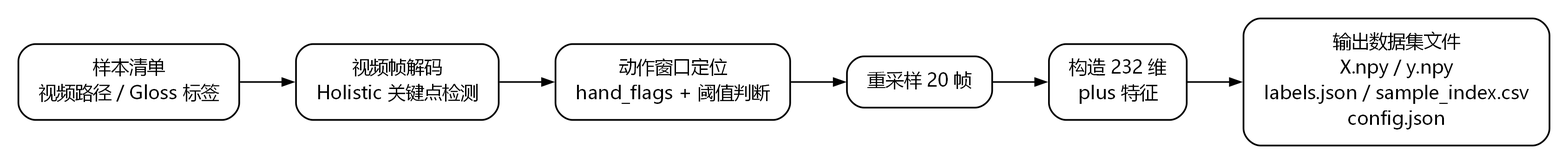
Above: figures/chapter06/sentence-feature-build-flow.png in maydayyezhen/thesis-latex (Graphviz), before the change. Its source is kept beside it as diagrams/chapter06/sentence-feature-build-flow.dot.
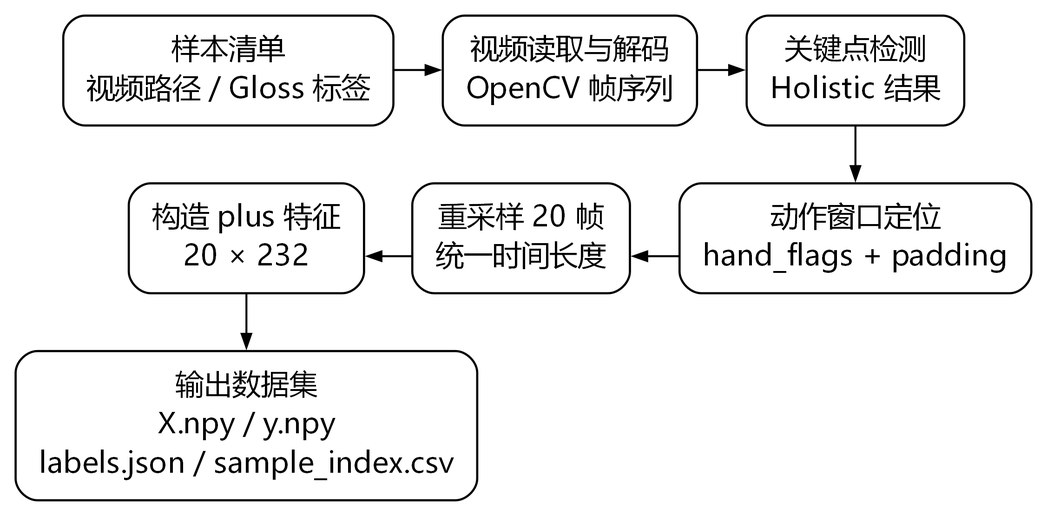
Later version of the same file.

Diff of the diagram source:
```diff
@@ -1,11 +1,11 @@
 digraph G {
   graph [
-    rankdir=LR,
+    rankdir=TB,
     splines=ortho,
-    nodesep=0.45,
-    ranksep=0.55,
-    pad=0.18,
-    dpi=220,
+    nodesep=0.38,
+    ranksep=0.45,
+    pad=0.12,
+    dpi=280,
     bgcolor="white"
   ];
 
@@ -15,8 +15,8 @@
     color="black",
     penwidth=1.2,
     fontname="Microsoft YaHei",
-    fontsize=13,
-    margin="0.20,0.12"
+    fontsize=16,
+    margin="0.18,0.12"
   ];
 
   edge [
@@ -31,25 +31,38 @@
     label="样本清单\n视频路径 / Gloss 标签"
   ];
 
+  decode [
+    label="视频读取与解码\nOpenCV 帧序列"
+  ];
+
   detect [
-    label="视频帧解码\nHolistic 关键点检测"
+    label="关键点检测\nHolistic 结果"
   ];
 
   window [
-    label="动作窗口定位\nhand_flags + 阈值判断"
+    label="动作窗口定位\nhand_flags + padding"
   ];
 
   sample [
-    label="重采样 20 帧"
+    label="重采样 20 帧\n统一时间长度"
   ];
 
   feature [
-    label="构造 232 维\nplus 特征"
+    label="构造 plus 特征\n20 × 232"
   ];
 
   dataset [
-    label="输出数据集文件\nX.npy / y.npy\nlabels.json / sample_index.csv\nconfig.json"
+    label="输出数据集\nX.npy / y.npy\nlabels.json / sample_index.csv"
   ];
 
-  list -> detect -> window -> sample -> feature -> dataset;
+  { rank=same; list; decode; detect; }
+  { rank=same; feature; sample; window; }
+
+  list -> decode -> detect;
+  detect -> window;
+
+  feature -> sample -> window [style=invis, weight=100];
+  window -> sample [constraint=false];
+  sample -> feature [constraint=false];
+  feature -> dataset;
 }
```
